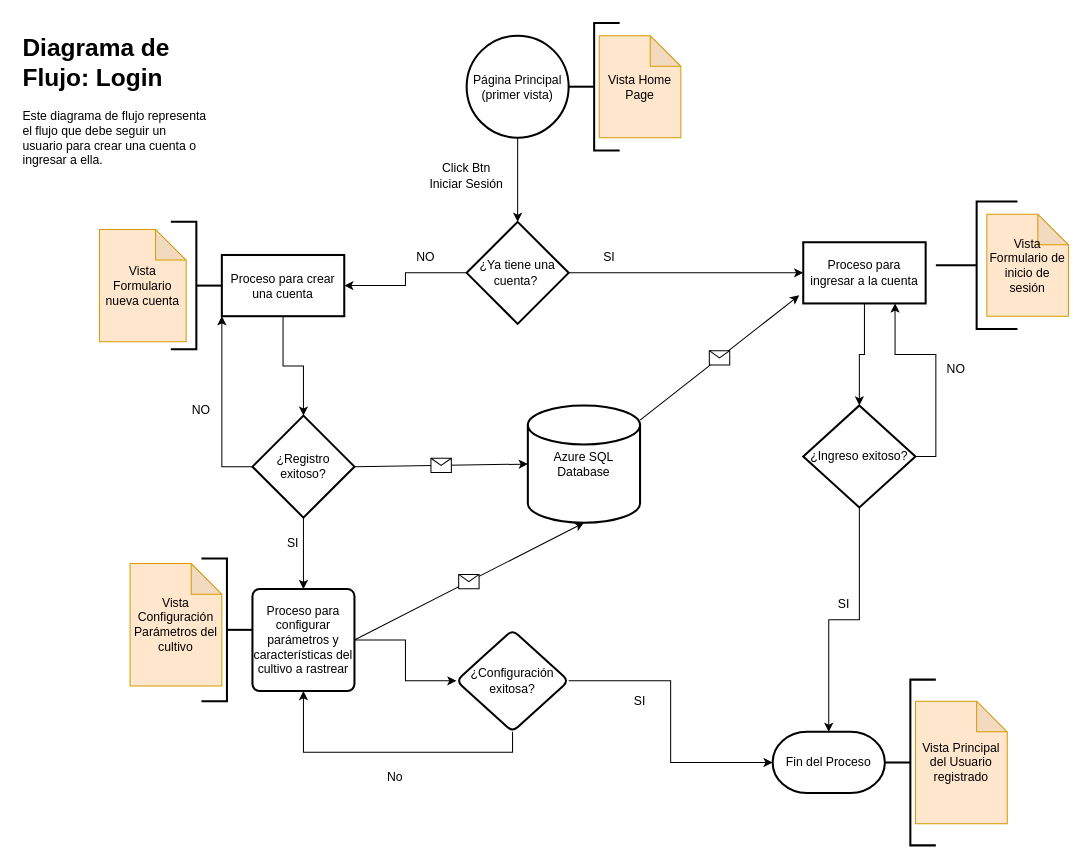
Before: page "Login" (2 of 5) of flowchart.drawio in Waldemar77/PapAppCost_FlowChart, a draw.io diagram. Source tidied: cells renumbered, new cells numbered last; positions are measured from the earlier drawing's top-left corner, leaving out a move shared by most shapes. Both pictures are drawn from the tidied source at 102%, with x=0, y=0 at pixel (17, 22).
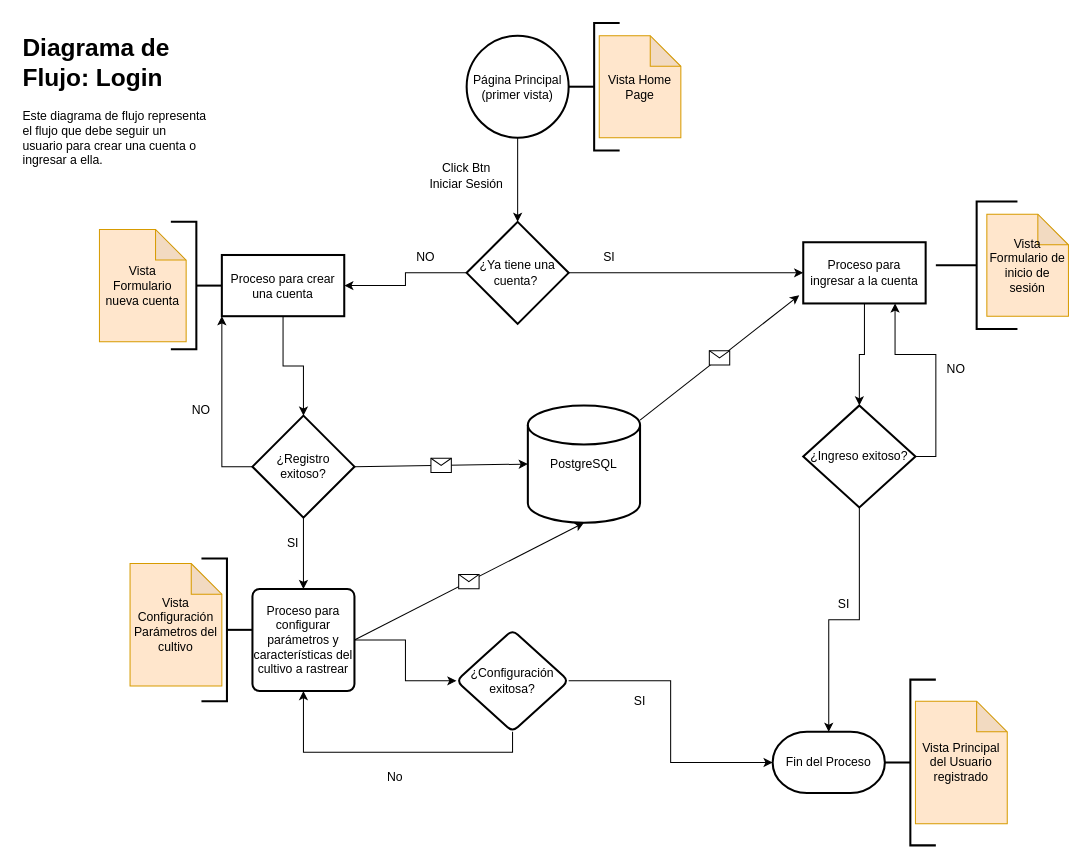
After the change.

Diff of the diagram source:
```diff
@@
-    <mxCell id="14" value="Azure SQL Database" style="strokeWidth=2;html=1;shape=mxgraph.flowchart.database;whiteSpace=wrap;" parent="1" vertex="1">
+    <mxCell id="14" value="PostgreSQL" style="strokeWidth=2;html=1;shape=mxgraph.flowchart.database;whiteSpace=wrap;" parent="1" vertex="1">
       <mxGeometry x="500" y="375" width="110" height="115" as="geometry" />
     </mxCell>
```
